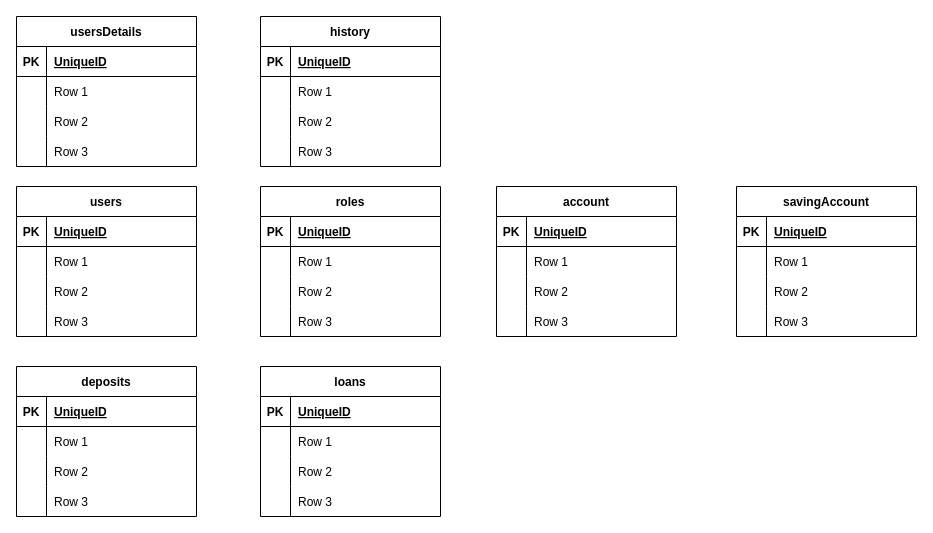
Before: erdDiagram.drawio in Wadowski-Mateusz/bankApp, a draw.io diagram. Source tidied: cells renumbered, new cells numbered last; positions are measured from the earlier drawing's top-left corner, leaving out a move shared by most shapes. Both pictures are drawn from the tidied source at 100%, with x=0, y=0 at pixel (16, 16).
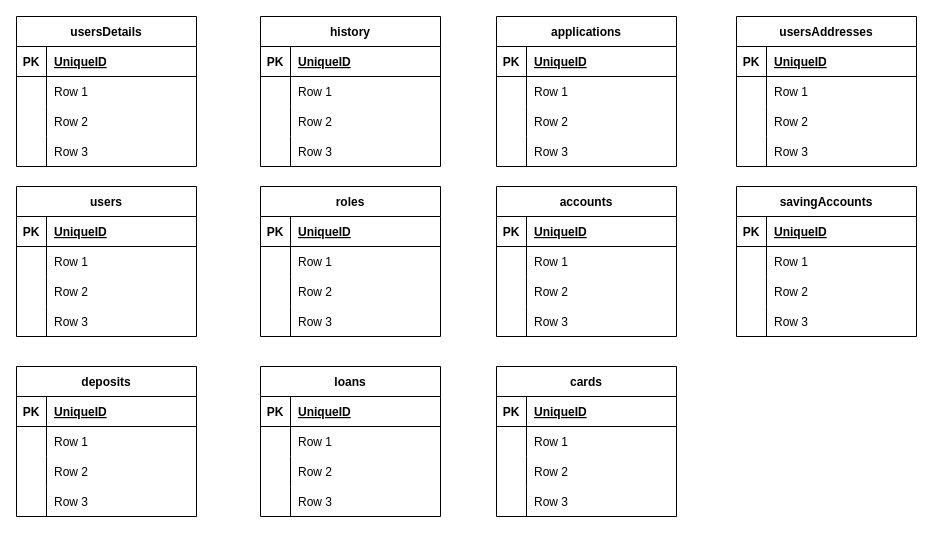
The same diagram, later.

Diff of the diagram source:
```diff
@@
-    <mxCell id="28" value="account" style="shape=table;startSize=30;childLayout=tableLayout;rowLines=0;fontStyle=1;align=center;" parent="1" vertex="1">
+    <mxCell id="28" value="accounts" style="shape=table;startSize=30;childLayout=tableLayout;rowLines=0;fontStyle=1;align=center;" parent="1" vertex="1">
       <mxGeometry x="480" y="170" width="180" height="150" as="geometry" />
     </mxCell>
@@
-    <mxCell id="41" value="savingAccount" style="shape=table;startSize=30;childLayout=tableLayout;rowLines=0;fontStyle=1;align=center;" parent="1" vertex="1">
+    <mxCell id="41" value="savingAccounts" style="shape=table;startSize=30;childLayout=tableLayout;rowLines=0;fontStyle=1;align=center;" parent="1" vertex="1">
       <mxGeometry x="720" y="170" width="180" height="150" as="geometry" />
     </mxCell>
@@
+    <mxCell id="106" value="applications" style="shape=table;startSize=30;childLayout=tableLayout;rowLines=0;fontStyle=1;align=center;" parent="1" vertex="1">
+      <mxGeometry x="480" width="180" height="150" as="geometry" />
+    </mxCell>
+    <mxCell id="107" style="shape=tableRow;horizontal=0;startSize=0;swimlaneHead=0;swimlaneBody=0;fillColor=none;top=0;left=0;right=0;bottom=1;" parent="106" vertex="1">
+      <mxGeometry y="30" width="180" height="30" as="geometry" />
+    </mxCell>
+    <mxCell id="108" value="PK" style="shape=partialRectangle;fillColor=none;top=0;left=0;bottom=0;right=0;fontStyle=1;overflow=hidden;" parent="107" vertex="1">
+      <mxGeometry width="30" height="30" as="geometry" />
+    </mxCell>
+    <mxCell id="109" value="UniqueID" style="shape=partialRectangle;fillColor=none;top=0;left=0;bottom=0;right=0;align=left;spacingLeft=6;fontStyle=5;overflow=hidden;" parent="107" vertex="1">
+      <mxGeometry x="30" width="150" height="30" as="geometry" />
+    </mxCell>
+    <mxCell id="110" style="shape=tableRow;horizontal=0;startSize=0;swimlaneHead=0;swimlaneBody=0;fillColor=none;top=0;left=0;right=0;bottom=0;" parent="106" vertex="1">
+      <mxGeometry y="60" width="180" height="30" as="geometry" />
+    </mxCell>
+    <mxCell id="111" style="shape=partialRectangle;fillColor=none;top=0;left=0;bottom=0;right=0;overflow=hidden;" parent="110" vertex="1">
+      <mxGeometry width="30" height="30" as="geometry" />
+    </mxCell>
+    <mxCell id="112" value="Row 1" style="shape=partialRectangle;fillColor=none;top=0;left=0;bottom=0;right=0;align=left;spacingLeft=6;overflow=hidden;" parent="110" vertex="1">
+      <mxGeometry x="30" width="150" height="30" as="geometry" />
+    </mxCell>
+    <mxCell id="113" style="shape=tableRow;horizontal=0;startSize=0;swimlaneHead=0;swimlaneBody=0;fillColor=none;top=0;left=0;right=0;bottom=0;" parent="106" vertex="1">
+      <mxGeometry y="90" width="180" height="30" as="geometry" />
+    </mxCell>
+    <mxCell id="114" style="shape=partialRectangle;fillColor=none;top=0;left=0;bottom=0;right=0;overflow=hidden;" parent="113" vertex="1">
+      <mxGeometry width="30" height="30" as="geometry" />
+    </mxCell>
+    <mxCell id="115" value="Row 2" style="shape=partialRectangle;fillColor=none;top=0;left=0;bottom=0;right=0;align=left;spacingLeft=6;overflow=hidden;" parent="113" vertex="1">
+      <mxGeometry x="30" width="150" height="30" as="geometry" />
+    </mxCell>
+    <mxCell id="116" style="shape=tableRow;horizontal=0;startSize=0;swimlaneHead=0;swimlaneBody=0;fillColor=none;top=0;left=0;right=0;bottom=0;" parent="106" vertex="1">
+      <mxGeometry y="120" width="180" height="30" as="geometry" />
+    </mxCell>
+    <mxCell id="117" style="shape=partialRectangle;fillColor=none;top=0;left=0;bottom=0;right=0;overflow=hidden;" parent="116" vertex="1">
+      <mxGeometry width="30" height="30" as="geometry" />
+    </mxCell>
+    <mxCell id="118" value="Row 3" style="shape=partialRectangle;fillColor=none;top=0;left=0;bottom=0;right=0;align=left;spacingLeft=6;overflow=hidden;" parent="116" vertex="1">
+      <mxGeometry x="30" width="150" height="30" as="geometry" />
+    </mxCell>
+    <mxCell id="119" value="cards" style="shape=table;startSize=30;childLayout=tableLayout;rowLines=0;fontStyle=1;align=center;" parent="1" vertex="1">
+      <mxGeometry x="480" y="350" width="180" height="150" as="geometry" />
+    </mxCell>
+    <mxCell id="120" style="shape=tableRow;horizontal=0;startSize=0;swimlaneHead=0;swimlaneBody=0;fillColor=none;top=0;left=0;right=0;bottom=1;" parent="119" vertex="1">
+      <mxGeometry y="30" width="180" height="30" as="geometry" />
+    </mxCell>
+    <mxCell id="121" value="PK" style="shape=partialRectangle;fillColor=none;top=0;left=0;bottom=0;right=0;fontStyle=1;overflow=hidden;" parent="120" vertex="1">
+      <mxGeometry width="30" height="30" as="geometry" />
+    </mxCell>
+    <mxCell id="122" value="UniqueID" style="shape=partialRectangle;fillColor=none;top=0;left=0;bottom=0;right=0;align=left;spacingLeft=6;fontStyle=5;overflow=hidden;" parent="120" vertex="1">
+      <mxGeometry x="30" width="150" height="30" as="geometry" />
+    </mxCell>
+    <mxCell id="123" style="shape=tableRow;horizontal=0;startSize=0;swimlaneHead=0;swimlaneBody=0;fillColor=none;top=0;left=0;right=0;bottom=0;" parent="119" vertex="1">
+      <mxGeometry y="60" width="180" height="30" as="geometry" />
+    </mxCell>
+    <mxCell id="124" style="shape=partialRectangle;fillColor=none;top=0;left=0;bottom=0;right=0;overflow=hidden;" parent="123" vertex="1">
+      <mxGeometry width="30" height="30" as="geometry" />
+    </mxCell>
+    <mxCell id="125" value="Row 1" style="shape=partialRectangle;fillColor=none;top=0;left=0;bottom=0;right=0;align=left;spacingLeft=6;overflow=hidden;" parent="123" vertex="1">
+      <mxGeometry x="30" width="150" height="30" as="geometry" />
+    </mxCell>
+    <mxCell id="126" style="shape=tableRow;horizontal=0;startSize=0;swimlaneHead=0;swimlaneBody=0;fillColor=none;top=0;left=0;right=0;bottom=0;" parent="119" vertex="1">
+      <mxGeometry y="90" width="180" height="30" as="geometry" />
+    </mxCell>
+    <mxCell id="127" style="shape=partialRectangle;fillColor=none;top=0;left=0;bottom=0;right=0;overflow=hidden;" parent="126" vertex="1">
+      <mxGeometry width="30" height="30" as="geometry" />
+    </mxCell>
+    <mxCell id="128" value="Row 2" style="shape=partialRectangle;fillColor=none;top=0;left=0;bottom=0;right=0;align=left;spacingLeft=6;overflow=hidden;" parent="126" vertex="1">
+      <mxGeometry x="30" width="150" height="30" as="geometry" />
+    </mxCell>
+    <mxCell id="129" style="shape=tableRow;horizontal=0;startSize=0;swimlaneHead=0;swimlaneBody=0;fillColor=none;top=0;left=0;right=0;bottom=0;" parent="119" vertex="1">
+      <mxGeometry y="120" width="180" height="30" as="geometry" />
+    </mxCell>
+    <mxCell id="130" style="shape=partialRectangle;fillColor=none;top=0;left=0;bottom=0;right=0;overflow=hidden;" parent="129" vertex="1">
+      <mxGeometry width="30" height="30" as="geometry" />
+    </mxCell>
+    <mxCell id="131" value="Row 3" style="shape=partialRectangle;fillColor=none;top=0;left=0;bottom=0;right=0;align=left;spacingLeft=6;overflow=hidden;" parent="129" vertex="1">
+      <mxGeometry x="30" width="150" height="30" as="geometry" />
+    </mxCell>
+    <mxCell id="132" value="usersAddresses" style="shape=table;startSize=30;childLayout=tableLayout;rowLines=0;fontStyle=1;align=center;" parent="1" vertex="1">
+      <mxGeometry x="720" width="180" height="150" as="geometry" />
+    </mxCell>
+    <mxCell id="133" style="shape=tableRow;horizontal=0;startSize=0;swimlaneHead=0;swimlaneBody=0;fillColor=none;top=0;left=0;right=0;bottom=1;" parent="132" vertex="1">
+      <mxGeometry y="30" width="180" height="30" as="geometry" />
+    </mxCell>
+    <mxCell id="134" value="PK" style="shape=partialRectangle;fillColor=none;top=0;left=0;bottom=0;right=0;fontStyle=1;overflow=hidden;" parent="133" vertex="1">
+      <mxGeometry width="30" height="30" as="geometry" />
+    </mxCell>
+    <mxCell id="135" value="UniqueID" style="shape=partialRectangle;fillColor=none;top=0;left=0;bottom=0;right=0;align=left;spacingLeft=6;fontStyle=5;overflow=hidden;" parent="133" vertex="1">
+      <mxGeometry x="30" width="150" height="30" as="geometry" />
+    </mxCell>
+    <mxCell id="136" style="shape=tableRow;horizontal=0;startSize=0;swimlaneHead=0;swimlaneBody=0;fillColor=none;top=0;left=0;right=0;bottom=0;" parent="132" vertex="1">
+      <mxGeometry y="60" width="180" height="30" as="geometry" />
+    </mxCell>
+    <mxCell id="137" style="shape=partialRectangle;fillColor=none;top=0;left=0;bottom=0;right=0;overflow=hidden;" parent="136" vertex="1">
+      <mxGeometry width="30" height="30" as="geometry" />
+    </mxCell>
+    <mxCell id="138" value="Row 1" style="shape=partialRectangle;fillColor=none;top=0;left=0;bottom=0;right=0;align=left;spacingLeft=6;overflow=hidden;" parent="136" vertex="1">
+      <mxGeometry x="30" width="150" height="30" as="geometry" />
+    </mxCell>
+    <mxCell id="139" style="shape=tableRow;horizontal=0;startSize=0;swimlaneHead=0;swimlaneBody=0;fillColor=none;top=0;left=0;right=0;bottom=0;" parent="132" vertex="1">
+      <mxGeometry y="90" width="180" height="30" as="geometry" />
+    </mxCell>
+    <mxCell id="140" style="shape=partialRectangle;fillColor=none;top=0;left=0;bottom=0;right=0;overflow=hidden;" parent="139" vertex="1">
+      <mxGeometry width="30" height="30" as="geometry" />
+    </mxCell>
+    <mxCell id="141" value="Row 2" style="shape=partialRectangle;fillColor=none;top=0;left=0;bottom=0;right=0;align=left;spacingLeft=6;overflow=hidden;" parent="139" vertex="1">
+      <mxGeometry x="30" width="150" height="30" as="geometry" />
+    </mxCell>
+    <mxCell id="142" style="shape=tableRow;horizontal=0;startSize=0;swimlaneHead=0;swimlaneBody=0;fillColor=none;top=0;left=0;right=0;bottom=0;" parent="132" vertex="1">
+      <mxGeometry y="120" width="180" height="30" as="geometry" />
+    </mxCell>
+    <mxCell id="143" style="shape=partialRectangle;fillColor=none;top=0;left=0;bottom=0;right=0;overflow=hidden;" parent="142" vertex="1">
+      <mxGeometry width="30" height="30" as="geometry" />
+    </mxCell>
+    <mxCell id="144" value="Row 3" style="shape=partialRectangle;fillColor=none;top=0;left=0;bottom=0;right=0;align=left;spacingLeft=6;overflow=hidden;" parent="142" vertex="1">
+      <mxGeometry x="30" width="150" height="30" as="geometry" />
+    </mxCell>
```
